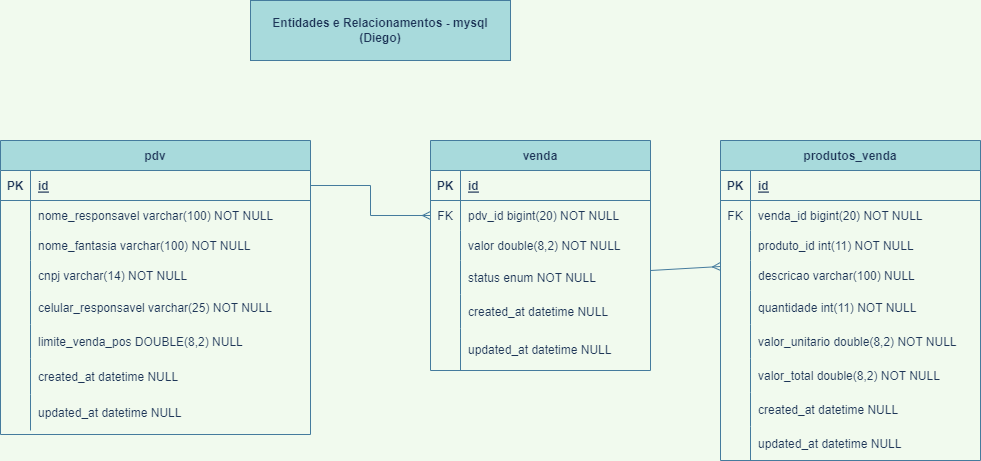
diego-braga7/desafio-backend keeps this draw.io diagram as my-project/docs/diagrams/testDevSenior.drawio.png. Above is the earlier version. Source tidied: cells renumbered, new cells last; positions are measured from the earlier drawing's top-left corner, leaving out a move shared by most shapes.
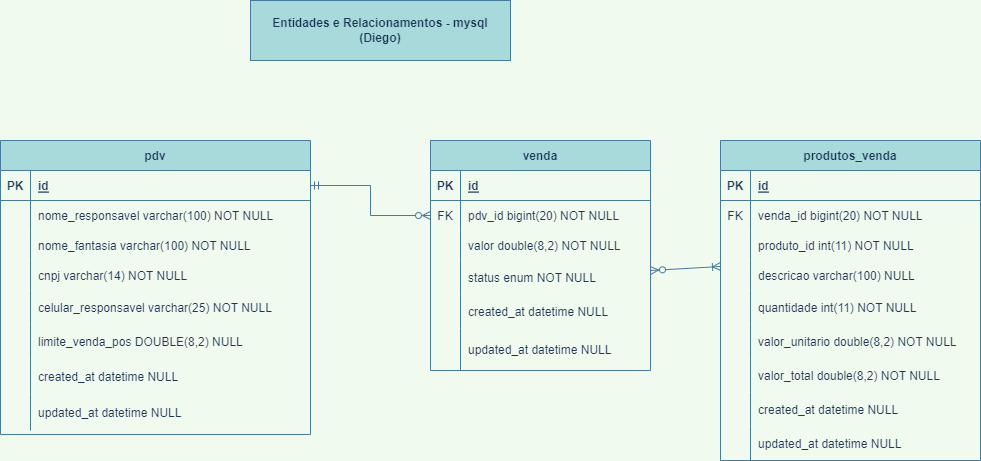
After the change.

Commit message:
change img for correct

Change to the diagram source:
```diff
@@ -221,12 +221,12 @@
     <mxCell id="74" value="updated_at datetime NULL" style="shape=partialRectangle;overflow=hidden;fillColor=none;top=0;left=0;bottom=0;right=0;align=left;spacingLeft=6;strokeColor=#457B9D;fontColor=#1D3557;" parent="72" vertex="1">
       <mxGeometry x="30" width="230" height="34" as="geometry" />
     </mxCell>
-    <mxCell id="75" style="endArrow=ERmany;html=1;rounded=0;entryX=0;entryY=0.2;entryDx=0;entryDy=0;entryPerimeter=0;startArrow=none;startFill=0;endFill=0;labelBackgroundColor=#F1FAEE;strokeColor=#457B9D;fontColor=#1D3557;" parent="1" edge="1" target="57">
+    <mxCell id="75" style="endArrow=ERoneToMany;html=1;rounded=0;entryX=0;entryY=0.2;entryDx=0;entryDy=0;entryPerimeter=0;startArrow=ERzeroToMany;startFill=0;endFill=0;labelBackgroundColor=#F1FAEE;strokeColor=#457B9D;fontColor=#1D3557;" parent="1" edge="1" target="57">
       <mxGeometry relative="1" as="geometry">
         <mxPoint x="650" y="270" as="sourcePoint" />
       </mxGeometry>
     </mxCell>
-    <mxCell id="76" style="endArrow=ERmany;html=1;rounded=0;strokeColor=#457B9D;fontColor=#1D3557;fillColor=#A8DADC;exitX=1;exitY=0.5;exitDx=0;exitDy=0;entryX=0;entryY=0.5;entryDx=0;entryDy=0;endFill=0;edgeStyle=orthogonalEdgeStyle;" parent="1" edge="1" source="23" target="7">
+    <mxCell id="76" style="endArrow=ERzeroToMany;html=1;rounded=0;strokeColor=#457B9D;fontColor=#1D3557;fillColor=#A8DADC;exitX=1;exitY=0.5;exitDx=0;exitDy=0;entryX=0;entryY=0.5;entryDx=0;entryDy=0;endFill=0;edgeStyle=orthogonalEdgeStyle;startArrow=ERmandOne;startFill=0;" parent="1" edge="1" source="23" target="7">
       <mxGeometry relative="1" as="geometry" />
     </mxCell>
   </root>
```
